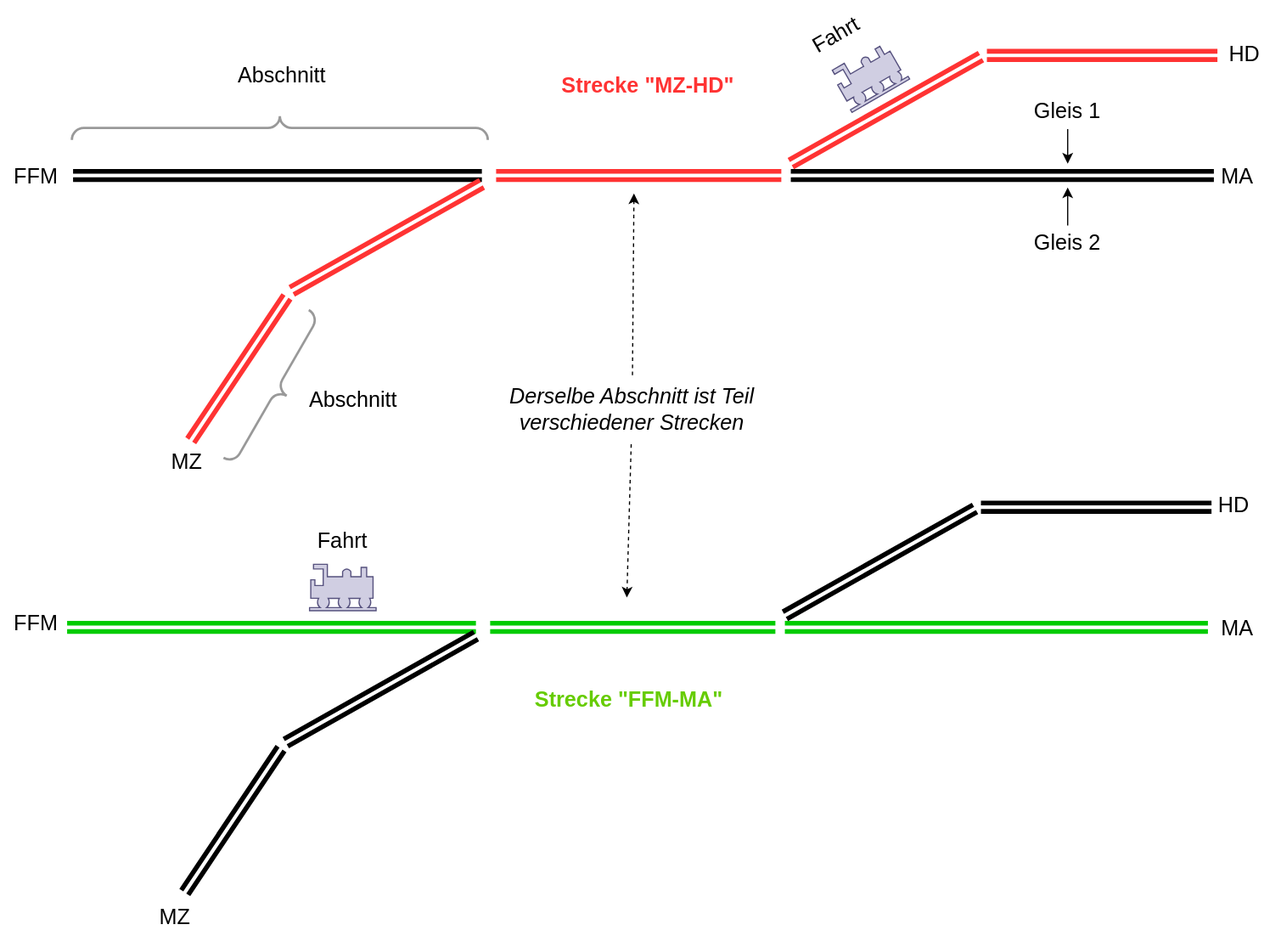
Above: course-1/docs/diagrams/business-model.svg in ThorstenEckstein/dhbw-advanced-programming (draw.io), before the change. Source tidied: cells renumbered, new cells last; positions are measured from the earlier drawing's top-left corner, leaving out a move shared by most shapes.
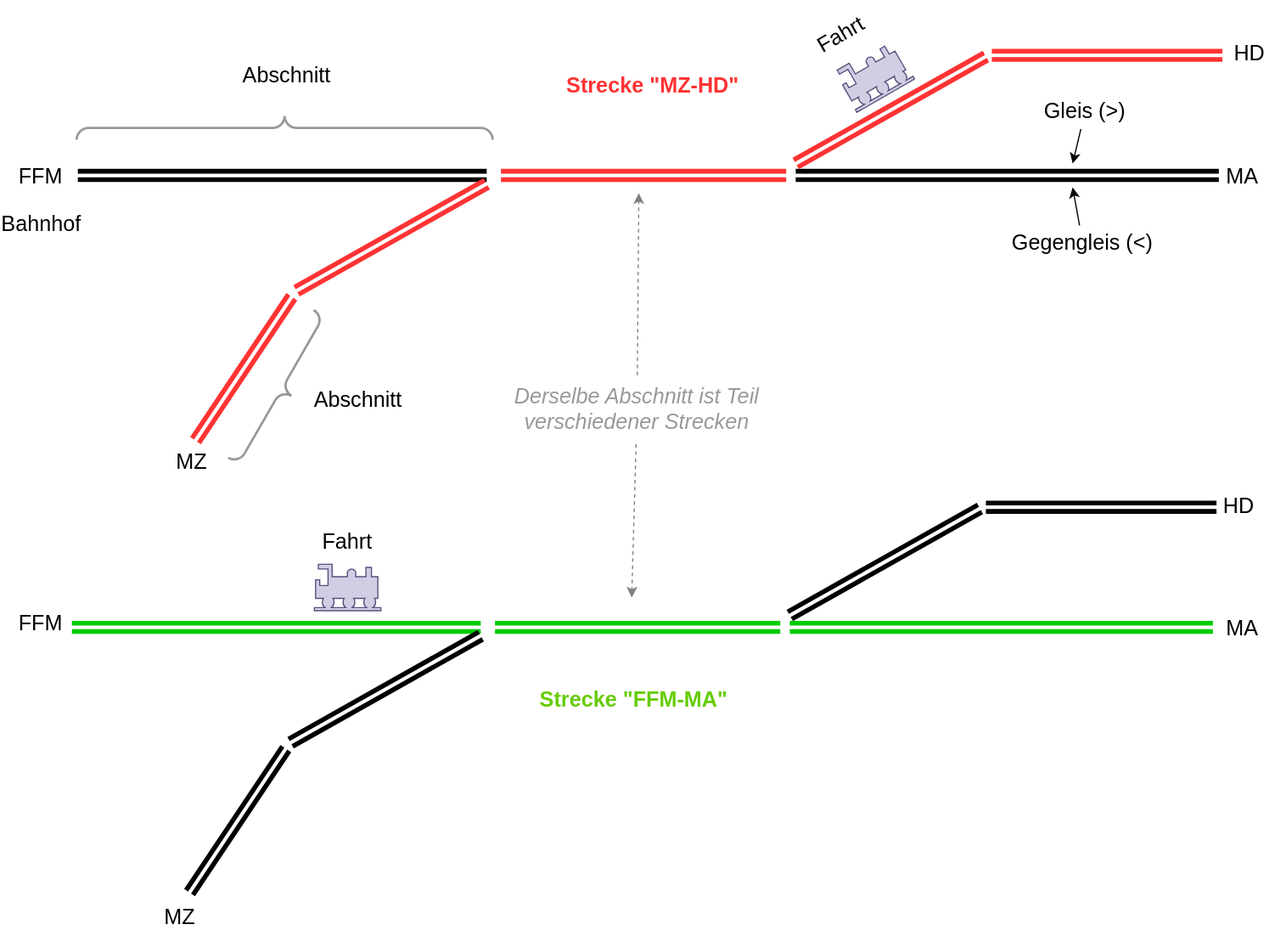
Above is the later version.

Diff of the diagram source:
```diff
@@ -122,11 +122,11 @@
     <mxCell id="27" value="HD" style="text;html=1;strokeColor=none;fillColor=none;align=center;verticalAlign=middle;whiteSpace=wrap;rounded=0;fontSize=18;" parent="1" vertex="1">
       <mxGeometry x="1008" y="397" width="60" height="30" as="geometry" />
     </mxCell>
-    <mxCell id="28" value="Gleis 2" style="text;html=1;strokeColor=none;fillColor=none;align=center;verticalAlign=middle;whiteSpace=wrap;rounded=0;fontSize=18;" parent="1" vertex="1">
-      <mxGeometry x="868" y="176" width="60" height="30" as="geometry" />
+    <mxCell id="28" value="Gegengleis (&amp;lt;)" style="text;html=1;strokeColor=none;fillColor=none;align=center;verticalAlign=middle;whiteSpace=wrap;rounded=0;fontSize=18;" parent="1" vertex="1">
+      <mxGeometry x="839" y="176" width="135" height="30" as="geometry" />
     </mxCell>
-    <mxCell id="29" value="Gleis 1" style="text;html=1;strokeColor=none;fillColor=none;align=center;verticalAlign=middle;whiteSpace=wrap;rounded=0;fontSize=18;" parent="1" vertex="1">
-      <mxGeometry x="868" y="65" width="60" height="30" as="geometry" />
+    <mxCell id="29" value="Gleis (&amp;gt;)" style="text;html=1;strokeColor=none;fillColor=none;align=center;verticalAlign=middle;whiteSpace=wrap;rounded=0;fontSize=18;" parent="1" vertex="1">
+      <mxGeometry x="848" y="65" width="121" height="30" as="geometry" />
     </mxCell>
     <mxCell id="30" style="endArrow=classic;html=1;rounded=0;fontSize=18;strokeColor=#000000;strokeWidth=1;" parent="1" edge="1" source="29">
       <mxGeometry relative="1" as="geometry">
@@ -138,7 +138,7 @@
         <mxPoint x="898" y="144" as="targetPoint" />
       </mxGeometry>
     </mxCell>
-    <mxCell id="32" value="Derselbe Abschnitt ist Teil verschiedener Strecken" style="text;html=1;strokeColor=none;fillColor=none;align=center;verticalAlign=middle;whiteSpace=wrap;rounded=0;fontSize=18;fontStyle=2;" parent="1" vertex="1">
+    <mxCell id="32" value="Derselbe Abschnitt ist Teil verschiedener Strecken" style="text;html=1;strokeColor=none;fillColor=none;align=center;verticalAlign=middle;whiteSpace=wrap;rounded=0;fontSize=18;fontStyle=2;fontColor=#999999;" parent="1" vertex="1">
       <mxGeometry x="413" y="302" width="237" height="58" as="geometry" />
     </mxCell>
     <mxCell id="33" value="Strecke &quot;MZ-HD&quot;" style="text;html=1;strokeColor=none;fillColor=none;align=center;verticalAlign=middle;whiteSpace=wrap;rounded=0;fontSize=18;fontColor=#FF3333;fontStyle=1;" parent="1" vertex="1">
@@ -147,12 +147,12 @@
     <mxCell id="34" value="Strecke &quot;FFM-MA&quot;" style="text;html=1;strokeColor=none;fillColor=none;align=center;verticalAlign=middle;whiteSpace=wrap;rounded=0;fontSize=18;fontColor=#66CC00;fontStyle=1;" parent="1" vertex="1">
       <mxGeometry x="446" y="560" width="166" height="30" as="geometry" />
     </mxCell>
-    <mxCell id="35" style="endArrow=classic;html=1;rounded=0;fontSize=18;fontColor=#66CC00;strokeColor=#000000;strokeWidth=1;dashed=1;" parent="1" edge="1" source="32">
+    <mxCell id="35" style="endArrow=classic;html=1;rounded=0;fontSize=18;fontColor=#66CC00;strokeColor=#808080;strokeWidth=1;dashed=1;" parent="1" edge="1" source="32">
       <mxGeometry relative="1" as="geometry">
         <mxPoint x="533" y="149" as="targetPoint" />
       </mxGeometry>
     </mxCell>
-    <mxCell id="36" style="endArrow=classic;html=1;rounded=0;fontSize=18;fontColor=#66CC00;strokeColor=#000000;strokeWidth=1;dashed=1;" parent="1" edge="1" source="32">
+    <mxCell id="36" style="endArrow=classic;html=1;rounded=0;fontSize=18;fontColor=#66CC00;strokeColor=#808080;strokeWidth=1;dashed=1;" parent="1" edge="1" source="32">
       <mxGeometry relative="1" as="geometry">
         <mxPoint x="527" y="489" as="targetPoint" />
       </mxGeometry>
@@ -169,5 +169,8 @@
     <mxCell id="40" value="Fahrt" style="text;html=1;strokeColor=none;fillColor=none;align=center;verticalAlign=middle;whiteSpace=wrap;rounded=0;fontSize=18;rotation=-30;" parent="1" vertex="1">
       <mxGeometry x="673" y="0.5" width="60" height="30" as="geometry" />
     </mxCell>
+    <mxCell id="41" value="Bahnhof" style="text;html=1;strokeColor=none;fillColor=none;align=center;verticalAlign=middle;whiteSpace=wrap;rounded=0;fontSize=18;" parent="1" vertex="1">
+      <mxGeometry x="-3.5" y="160" width="67" height="30" as="geometry" />
+    </mxCell>
   </root>
 </mxGraphModel>
```
